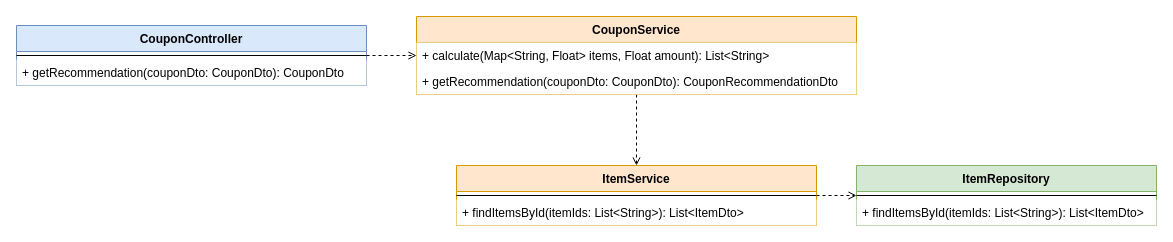
The draw.io diagram page "Clases" (2 of 2) of doc/diagrama-uml.drawio in jcmc1998/coupon, before the edit. Source tidied: cells renumbered, new cells numbered last; positions are measured from the earlier drawing's top-left corner, leaving out a move shared by most shapes. Both pictures are drawn from the tidied source at 100%, with x=0, y=0 at pixel (16, 16).
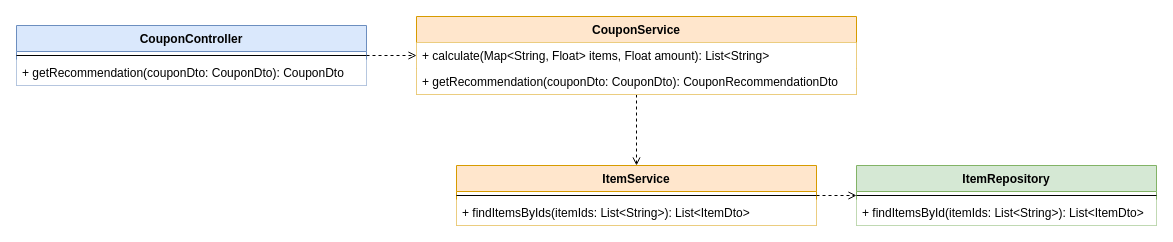
After the change.

What changed in the source:
```diff
@@
 <mxGraphModel>
   <root>
     <mxCell id="0" />
     <mxCell id="1" parent="0" />
     <mxCell id="2" style="edgeStyle=orthogonalEdgeStyle;rounded=0;jettySize=auto;html=1;dashed=1;endArrow=open;endFill=0;" parent="1" edge="1" source="5" target="8">
       <mxGeometry relative="1" as="geometry" />
     </mxCell>
     <mxCell id="3" style="edgeStyle=orthogonalEdgeStyle;rounded=0;jettySize=auto;html=1;dashed=1;endArrow=open;endFill=0;" parent="1" edge="1" source="11" target="14">
       <mxGeometry relative="1" as="geometry" />
     </mxCell>
     <mxCell id="4" style="edgeStyle=orthogonalEdgeStyle;rounded=0;jettySize=auto;html=1;dashed=1;endArrow=open;endFill=0;" parent="1" edge="1" source="8" target="11">
       <mxGeometry relative="1" as="geometry" />
     </mxCell>
     <mxCell id="5" value="CouponController" style="swimlane;fontStyle=1;align=center;verticalAlign=top;horizontal=1;startSize=26;fillColor=#dae8fc;strokeColor=#6c8ebf;" parent="1" vertex="1">
       <mxGeometry y="9" width="350" height="60" as="geometry" />
     </mxCell>
     <mxCell id="6" style="line;strokeWidth=1;fillColor=#ffffff;align=left;verticalAlign=middle;spacingTop=-1;spacingLeft=3;spacingRight=3;labelPosition=right;" parent="5" vertex="1">
       <mxGeometry y="26" width="350" height="8" as="geometry" />
     </mxCell>
     <mxCell id="7" value="+ getRecommendation(couponDto: CouponDto): CouponDto" style="text;strokeColor=none;fillColor=#ffffff;align=left;verticalAlign=top;spacingLeft=4;spacingRight=4;overflow=hidden;" parent="5" vertex="1">
       <mxGeometry y="34" width="350" height="26" as="geometry" />
     </mxCell>
     <mxCell id="8" value="CouponService" style="swimlane;fontStyle=1;align=center;verticalAlign=top;horizontal=1;startSize=26;fillColor=#ffe6cc;strokeColor=#d79b00;" parent="1" vertex="1">
       <mxGeometry x="400" width="440" height="78" as="geometry" />
     </mxCell>
     <mxCell id="9" value="+ calculate(Map&lt;String, Float&gt; items, Float amount): List&lt;String&gt;" style="text;strokeColor=none;fillColor=#ffffff;align=left;verticalAlign=top;spacingLeft=4;spacingRight=4;overflow=hidden;" parent="8" vertex="1">
       <mxGeometry y="26" width="440" height="26" as="geometry" />
     </mxCell>
     <mxCell id="10" value="+ getRecommendation(couponDto: CouponDto): CouponRecommendationDto" style="text;strokeColor=none;fillColor=#ffffff;align=left;verticalAlign=top;spacingLeft=4;spacingRight=4;overflow=hidden;" parent="8" vertex="1">
       <mxGeometry y="52" width="440" height="26" as="geometry" />
     </mxCell>
     <mxCell id="11" value="ItemService" style="swimlane;fontStyle=1;align=center;verticalAlign=top;horizontal=1;startSize=26;fillColor=#ffe6cc;strokeColor=#d79b00;" parent="1" vertex="1">
       <mxGeometry x="440" y="149" width="360" height="60" as="geometry" />
     </mxCell>
     <mxCell id="12" style="line;strokeWidth=1;fillColor=#ffffff;align=left;verticalAlign=middle;spacingTop=-1;spacingLeft=3;spacingRight=3;labelPosition=right;" parent="11" vertex="1">
       <mxGeometry y="26" width="360" height="8" as="geometry" />
     </mxCell>
-    <mxCell id="13" value="+ findItemsById(itemIds: List&lt;String&gt;): List&lt;ItemDto&gt;" style="text;strokeColor=none;fillColor=#ffffff;align=left;verticalAlign=top;spacingLeft=4;spacingRight=4;overflow=hidden;" parent="11" vertex="1">
+    <mxCell id="13" value="+ findItemsByIds(itemIds: List&lt;String&gt;): List&lt;ItemDto&gt;" style="text;strokeColor=none;fillColor=#ffffff;align=left;verticalAlign=top;spacingLeft=4;spacingRight=4;overflow=hidden;" parent="11" vertex="1">
       <mxGeometry y="34" width="360" height="26" as="geometry" />
     </mxCell>
     <mxCell id="14" value="ItemRepository" style="swimlane;fontStyle=1;align=center;verticalAlign=top;horizontal=1;startSize=26;fillColor=#d5e8d4;strokeColor=#82b366;" parent="1" vertex="1">
       <mxGeometry x="840" y="149" width="300" height="60" as="geometry" />
     </mxCell>
     <mxCell id="15" style="line;strokeWidth=1;fillColor=#ffffff;align=left;verticalAlign=middle;spacingTop=-1;spacingLeft=3;spacingRight=3;labelPosition=right;" parent="14" vertex="1">
       <mxGeometry y="26" width="300" height="8" as="geometry" />
     </mxCell>
     <mxCell id="16" value="+ findItemsById(itemIds: List&lt;String&gt;): List&lt;ItemDto&gt;" style="text;strokeColor=none;fillColor=#ffffff;align=left;verticalAlign=top;spacingLeft=4;spacingRight=4;overflow=hidden;" parent="14" vertex="1">
       <mxGeometry y="34" width="300" height="26" as="geometry" />
     </mxCell>
   </root>
 </mxGraphModel>
```
